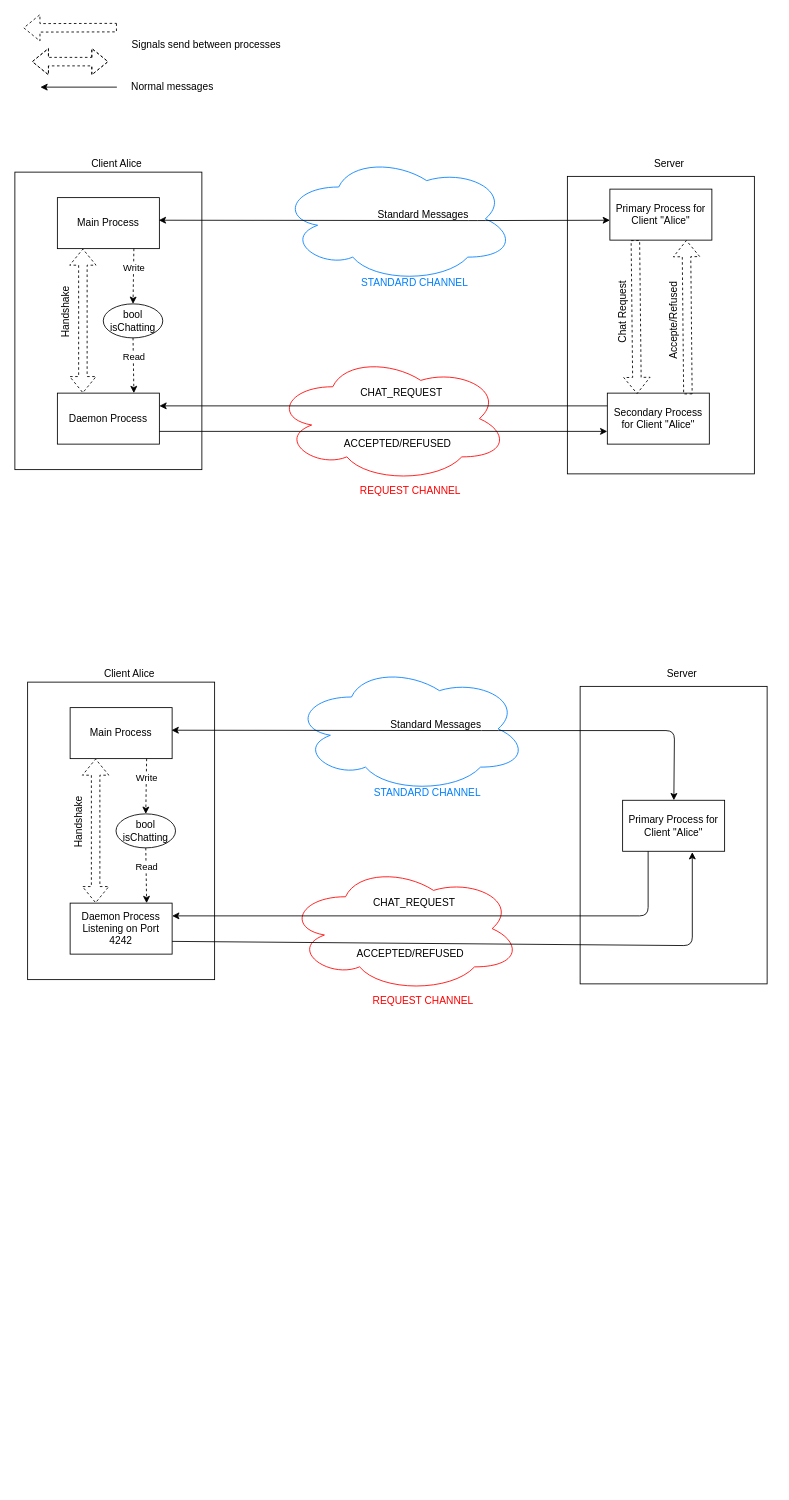
Earlier version of the draw.io diagram schema/ChatRequestDaemonProcess.drawio (gerti98/secureCom). Source tidied: cells renumbered, new cells numbered last; positions are measured from the earlier drawing's top-left corner, leaving out a move shared by most shapes. Both pictures are drawn from the tidied source at 85%, with x=0, y=0 at pixel (14, 27).
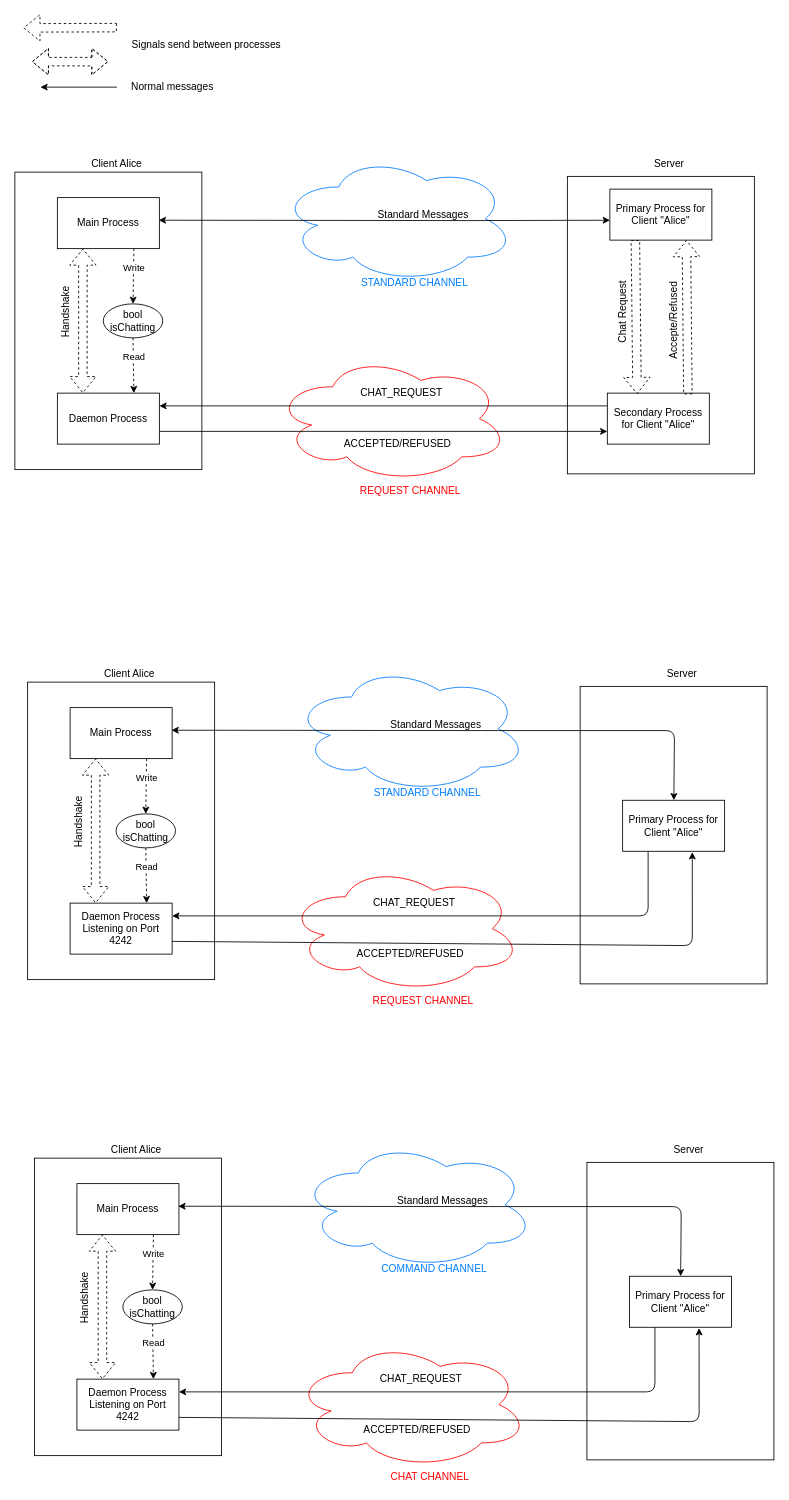
Above is the later version.

The edit, as a diff of the source:
```diff
@@
+    <mxCell id="60" style="rounded=0;whiteSpace=wrap;html=1;" parent="1" vertex="1">
+      <mxGeometry x="23" y="1330" width="220" height="350" as="geometry" />
+    </mxCell>
+    <mxCell id="61" value="Client Alice" style="text;html=1;strokeColor=none;fillColor=none;align=center;verticalAlign=middle;whiteSpace=wrap;rounded=0;" parent="1" vertex="1">
+      <mxGeometry x="103" y="1310" width="80" height="20" as="geometry" />
+    </mxCell>
+    <mxCell id="62" value="Main Process" style="rounded=0;whiteSpace=wrap;html=1;" parent="1" vertex="1">
+      <mxGeometry x="73" y="1360" width="120" height="60" as="geometry" />
+    </mxCell>
+    <mxCell id="63" value="Daemon Process&lt;br&gt;Listening on Port 4242" style="rounded=0;whiteSpace=wrap;html=1;" parent="1" vertex="1">
+      <mxGeometry x="73" y="1590" width="120" height="60" as="geometry" />
+    </mxCell>
+    <mxCell id="64" value="Server" style="text;html=1;strokeColor=none;fillColor=none;align=center;verticalAlign=middle;whiteSpace=wrap;rounded=0;" parent="1" vertex="1">
+      <mxGeometry x="773" y="1310" width="40" height="20" as="geometry" />
+    </mxCell>
+    <mxCell id="65" value="CHAT_REQUEST" style="text;html=1;strokeColor=none;fillColor=none;align=center;verticalAlign=middle;whiteSpace=wrap;rounded=0;" parent="1" vertex="1">
+      <mxGeometry x="458" y="1580" width="40" height="20" as="geometry" />
+    </mxCell>
+    <mxCell id="66" value="ACCEPTED/REFUSED" style="text;html=1;align=center;verticalAlign=middle;strokeColor=none;" parent="1" vertex="1">
+      <mxGeometry x="403" y="1640" width="140" height="20" as="geometry" />
+    </mxCell>
+    <mxCell id="67" value="Standard Messages" style="text;html=1;align=center;verticalAlign=middle;strokeColor=none;" parent="1" vertex="1">
+      <mxGeometry x="443" y="1370" width="120" height="20" as="geometry" />
+    </mxCell>
+    <mxCell id="68" value="bool isChatting" style="ellipse;whiteSpace=wrap;html=1;" parent="1" vertex="1">
+      <mxGeometry x="127" y="1485" width="70" height="40" as="geometry" />
+    </mxCell>
+    <mxCell id="69" style="endArrow=classic;html=1;exitX=0.75;exitY=1;exitDx=0;exitDy=0;entryX=0.5;entryY=0;entryDx=0;entryDy=0;dashed=1;" parent="1" edge="1" source="62" target="68">
+      <mxGeometry relative="1" as="geometry" />
+    </mxCell>
+    <mxCell id="70" value="Write" style="edgeLabel;html=1;align=center;verticalAlign=middle;" parent="69" vertex="1">
+      <mxGeometry x="-0.29" relative="1" as="geometry" />
+    </mxCell>
+    <mxCell id="71" style="endArrow=classic;html=1;exitX=0.5;exitY=1;exitDx=0;exitDy=0;dashed=1;entryX=0.75;entryY=0;entryDx=0;entryDy=0;" parent="1" edge="1" source="68" target="63">
+      <mxGeometry relative="1" as="geometry" />
+    </mxCell>
+    <mxCell id="72" value="Read" style="edgeLabel;html=1;align=center;verticalAlign=middle;" parent="71" vertex="1">
+      <mxGeometry x="-0.29" relative="1" as="geometry" />
+    </mxCell>
+    <mxCell id="73" style="shape=flexArrow;endArrow=classic;startArrow=classic;html=1;dashed=1;exitX=0.25;exitY=0;exitDx=0;exitDy=0;entryX=0.25;entryY=1;entryDx=0;entryDy=0;" parent="1" edge="1" source="63" target="62">
+      <mxGeometry relative="1" as="geometry" />
+    </mxCell>
+    <mxCell id="74" value="Handshake" style="text;html=1;align=center;verticalAlign=middle;strokeColor=none;rotation=-90;" parent="1" vertex="1">
+      <mxGeometry x="43" y="1485" width="80" height="20" as="geometry" />
+    </mxCell>
+    <mxCell id="75" style="ellipse;shape=cloud;whiteSpace=wrap;html=1;labelBackgroundColor=#FFFFFF;fillColor=none;align=left;strokeColor=#FF0000;" parent="1" vertex="1">
+      <mxGeometry x="328" y="1545" width="276" height="150" as="geometry" />
+    </mxCell>
+    <mxCell id="76" value="CHAT CHANNEL" style="text;html=1;align=center;verticalAlign=middle;strokeColor=none;fontColor=#FF0000;" parent="1" vertex="1">
+      <mxGeometry x="433" y="1695" width="110" height="20" as="geometry" />
+    </mxCell>
+    <mxCell id="77" style="ellipse;shape=cloud;whiteSpace=wrap;html=1;labelBackgroundColor=#FFFFFF;fillColor=none;align=left;strokeColor=#007FFF;" parent="1" vertex="1">
+      <mxGeometry x="335" y="1310" width="276" height="150" as="geometry" />
+    </mxCell>
+    <mxCell id="78" value="COMMAND CHANNEL" style="text;html=1;align=center;verticalAlign=middle;strokeColor=none;fontColor=#007FFF;" parent="1" vertex="1">
+      <mxGeometry x="423" y="1450" width="140" height="20" as="geometry" />
+    </mxCell>
+    <mxCell id="79" style="rounded=0;whiteSpace=wrap;html=1;" parent="1" vertex="1">
+      <mxGeometry x="673" y="1335" width="220" height="350" as="geometry" />
+    </mxCell>
+    <mxCell id="80" value="Primary Process for Client &quot;Alice&quot;" style="rounded=0;whiteSpace=wrap;html=1;" parent="1" vertex="1">
+      <mxGeometry x="723" y="1469" width="120" height="60" as="geometry" />
+    </mxCell>
+    <mxCell id="81" style="endArrow=classic;html=1;exitX=1;exitY=0.75;exitDx=0;exitDy=0;entryX=0.683;entryY=1.017;entryDx=0;entryDy=0;entryPerimeter=0;" parent="1" edge="1" source="63" target="80">
+      <mxGeometry relative="1" as="geometry">
+        <Array as="points">
+          <mxPoint x="805" y="1640" />
+        </Array>
+      </mxGeometry>
+    </mxCell>
+    <mxCell id="82" style="endArrow=classic;html=1;entryX=1;entryY=0.25;entryDx=0;entryDy=0;exitX=0.25;exitY=1;exitDx=0;exitDy=0;" parent="1" edge="1" source="80" target="63">
+      <mxGeometry relative="1" as="geometry">
+        <Array as="points">
+          <mxPoint x="753" y="1605" />
+        </Array>
+      </mxGeometry>
+    </mxCell>
+    <mxCell id="83" style="endArrow=classic;startArrow=classic;html=1;exitX=0.994;exitY=0.443;exitDx=0;exitDy=0;exitPerimeter=0;" parent="1" edge="1" source="62" target="80">
+      <mxGeometry relative="1" as="geometry">
+        <Array as="points">
+          <mxPoint x="567" y="1387" />
+          <mxPoint x="784" y="1387" />
+        </Array>
+      </mxGeometry>
+    </mxCell>
```
